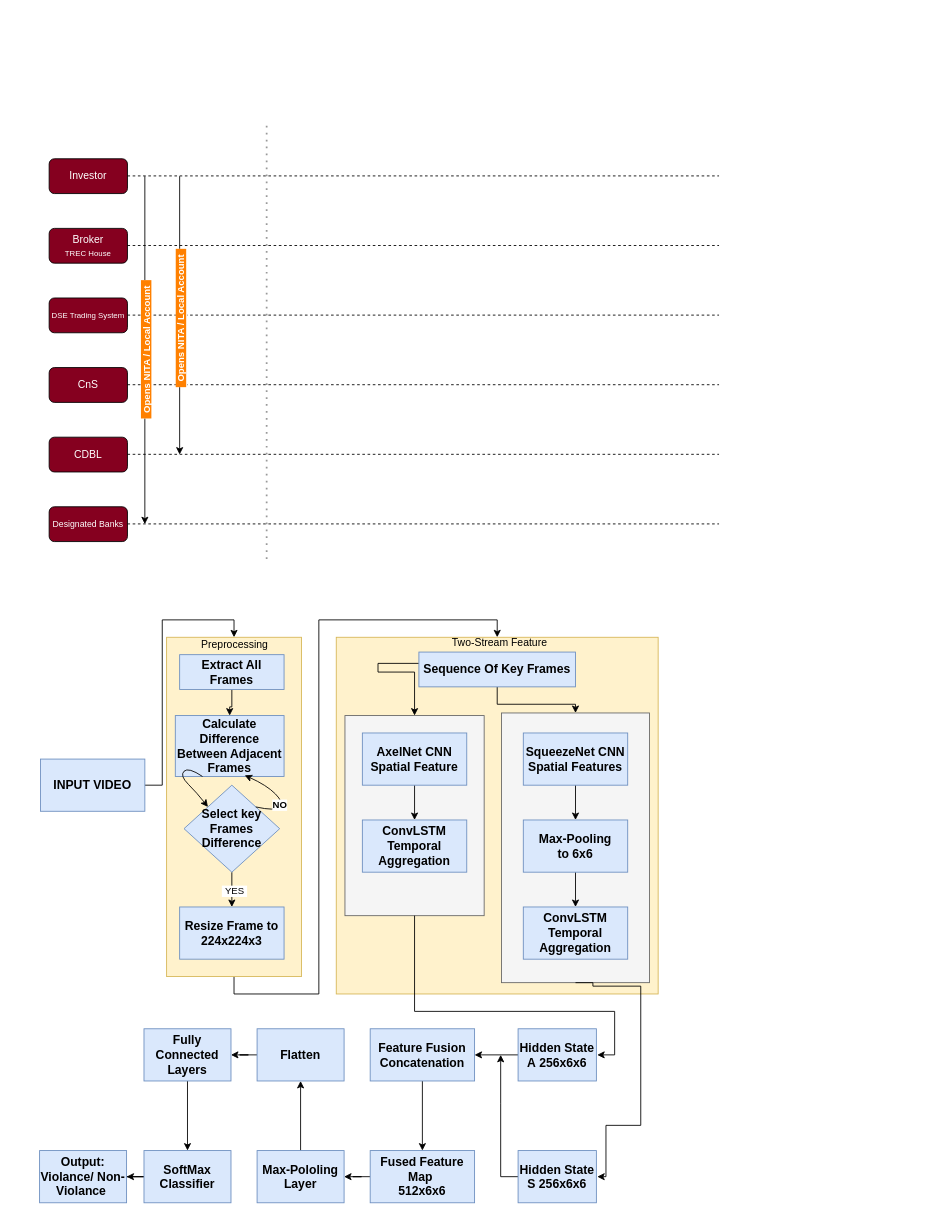
This is Untitled Diagram.drawio from Skippersquareroot100/Audacity, a draw.io file, before an edit. Source tidied: cells renumbered, new cells numbered last; positions are measured from the earlier drawing's top-left corner, leaving out a move shared by most shapes. Both pictures are drawn from the tidied source at 87%, with x=0, y=0 at pixel (39, 124).
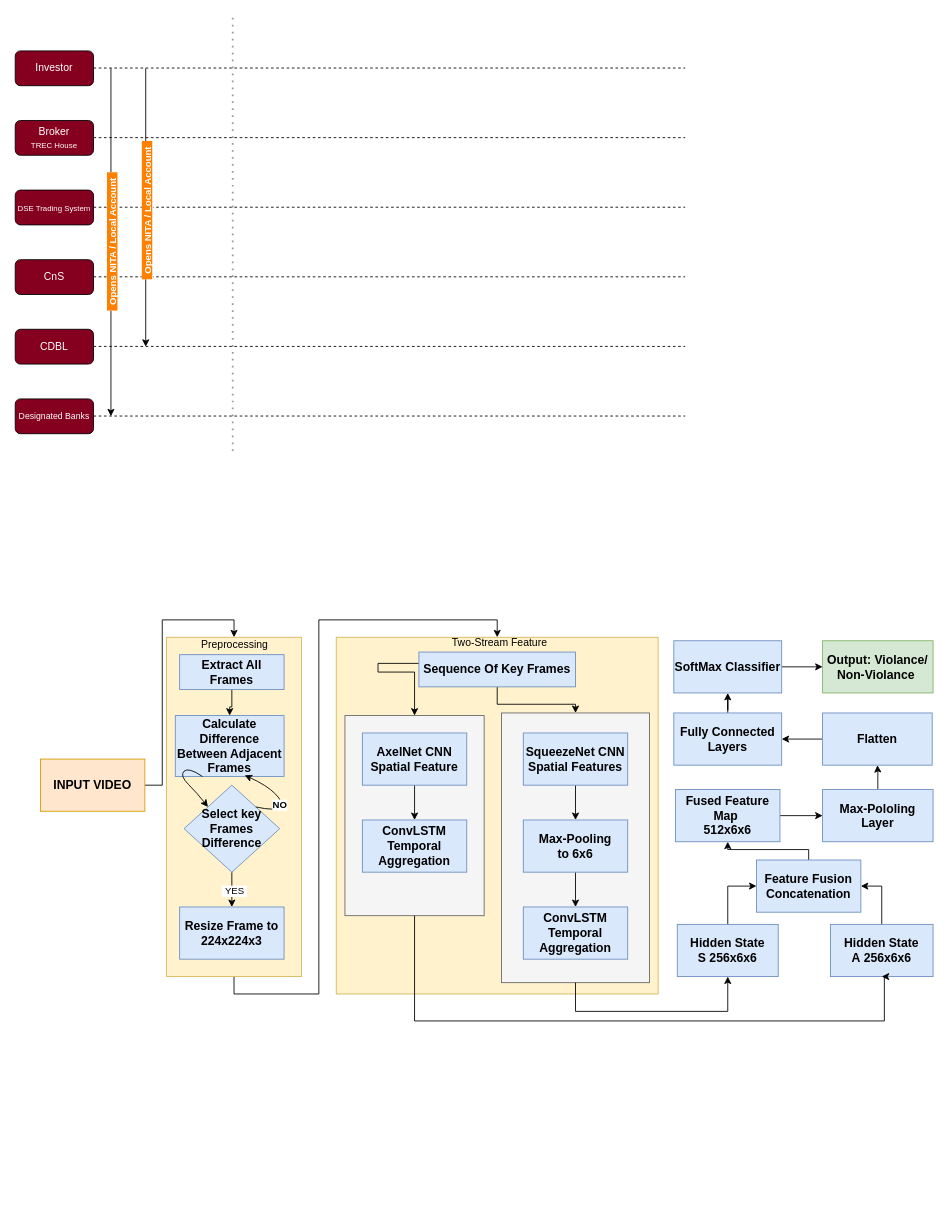
Above is the later version.

Unchanged cells that the change refers to:
```xml
<mxCell id="43" style="rounded=0;whiteSpace=wrap;html=1;fillColor=#f5f5f5;strokeColor=#666666;fontColor=#333333;" parent="1" vertex="1">
  <mxGeometry x="351" y="680" width="160" height="230" as="geometry" />
</mxCell>
<mxCell id="44" style="rounded=0;whiteSpace=wrap;html=1;fillColor=#f5f5f5;strokeColor=#666666;fontColor=#333333;" parent="1" vertex="1">
  <mxGeometry x="531" y="677" width="170" height="310" as="geometry" />
</mxCell>
```

Change to the diagram source:
```diff
@@
     <mxCell id="2" style="group;" parent="1" vertex="1">
-      <mxGeometry x="11" y="40" width="770" height="40" as="geometry" />
+      <mxGeometry x="-28" y="-84" width="770" height="40" as="geometry" />
     </mxCell>
@@
     <mxCell id="5" style="group;" parent="1" vertex="1">
-      <mxGeometry x="11" y="120" width="770" height="40" as="geometry" />
+      <mxGeometry x="-28" y="-4" width="770" height="40" as="geometry" />
     </mxCell>
@@
     <mxCell id="8" style="group;" parent="1" vertex="1">
-      <mxGeometry x="11" y="200" width="770" height="40" as="geometry" />
+      <mxGeometry x="-28" y="76" width="770" height="40" as="geometry" />
     </mxCell>
@@
     <mxCell id="11" style="group;" parent="1" vertex="1">
-      <mxGeometry x="11" y="280" width="770" height="40" as="geometry" />
+      <mxGeometry x="-28" y="156" width="770" height="40" as="geometry" />
     </mxCell>
@@
     <mxCell id="14" style="group;" parent="1" vertex="1">
-      <mxGeometry x="11" y="360" width="770" height="40" as="geometry" />
+      <mxGeometry x="-28" y="236" width="770" height="40" as="geometry" />
     </mxCell>
@@
     <mxCell id="17" style="group;" parent="1" vertex="1">
-      <mxGeometry x="11" y="440" width="770" height="40" as="geometry" />
+      <mxGeometry x="-28" y="316" width="770" height="40" as="geometry" />
     </mxCell>
@@
     <mxCell id="20" style="endArrow=classic;html=1;rounded=0;" parent="1" edge="1">
       <mxGeometry relative="1" as="geometry">
-        <mxPoint x="121" y="60" as="sourcePoint" />
-        <mxPoint x="121" y="460" as="targetPoint" />
+        <mxPoint x="82" y="-64" as="sourcePoint" />
+        <mxPoint x="82" y="336" as="targetPoint" />
       </mxGeometry>
     </mxCell>
@@
     <mxCell id="22" style="endArrow=none;dashed=1;html=1;dashPattern=1 3;strokeWidth=2;rounded=0;strokeColor=#999999;" parent="1" edge="1">
       <mxGeometry relative="1" as="geometry">
-        <mxPoint x="261" y="500" as="sourcePoint" />
-        <mxPoint x="261" as="targetPoint" />
+        <mxPoint x="222" y="376" as="sourcePoint" />
+        <mxPoint x="222" y="-124" as="targetPoint" />
       </mxGeometry>
     </mxCell>
     <mxCell id="23" style="endArrow=classic;html=1;rounded=0;" parent="1" edge="1">
       <mxGeometry relative="1" as="geometry">
-        <mxPoint x="161" y="60" as="sourcePoint" />
-        <mxPoint x="161" y="380" as="targetPoint" />
+        <mxPoint x="122" y="-64" as="sourcePoint" />
+        <mxPoint x="122" y="256" as="targetPoint" />
       </mxGeometry>
     </mxCell>
@@
-    <mxCell id="26" value="&lt;b&gt;&lt;font style=&quot;font-size: 14px;&quot;&gt;INPUT VIDEO&lt;/font&gt;&lt;/b&gt;" style="rounded=0;whiteSpace=wrap;html=1;fillColor=#dae8fc;strokeColor=#6c8ebf;" parent="1" vertex="1">
+    <mxCell id="26" value="&lt;b&gt;&lt;font style=&quot;font-size: 14px;&quot;&gt;INPUT VIDEO&lt;/font&gt;&lt;/b&gt;" style="rounded=0;whiteSpace=wrap;html=1;fillColor=#ffe6cc;strokeColor=#d79b00;" parent="1" vertex="1">
       <mxGeometry x="1" y="730" width="120" height="60" as="geometry" />
     </mxCell>
@@
-    <mxCell id="53" style="edgeStyle=orthogonalEdgeStyle;rounded=0;jettySize=auto;html=1;exitX=0.5;exitY=1;exitDx=0;exitDy=0;" parent="1" edge="1" source="43">
-      <mxGeometry relative="1" as="geometry">
-        <mxPoint x="641" y="1070" as="targetPoint" />
-        <Array as="points">
-          <mxPoint x="431" y="1020" />
-          <mxPoint x="661" y="1020" />
-          <mxPoint x="661" y="1070" />
-        </Array>
-      </mxGeometry>
-    </mxCell>
-    <mxCell id="54" style="edgeStyle=orthogonalEdgeStyle;rounded=0;jettySize=auto;html=1;exitX=0.5;exitY=1;exitDx=0;exitDy=0;" parent="1" edge="1" source="44">
-      <mxGeometry relative="1" as="geometry">
-        <mxPoint x="641" y="1210" as="targetPoint" />
-        <Array as="points">
-          <mxPoint x="636" y="987" />
-          <mxPoint x="636" y="991" />
-          <mxPoint x="691" y="991" />
-          <mxPoint x="691" y="1151" />
-          <mxPoint x="651" y="1151" />
-          <mxPoint x="651" y="1210" />
-        </Array>
-      </mxGeometry>
-    </mxCell>
@@
     <mxCell id="56" value="&lt;b&gt;&lt;font style=&quot;font-size: 14px;&quot;&gt;Hidden State A&amp;nbsp;&lt;/font&gt;&lt;/b&gt;&lt;b&gt;&lt;font style=&quot;font-size: 14px;&quot;&gt;256x6x6&lt;/font&gt;&lt;/b&gt;" style="rounded=0;whiteSpace=wrap;html=1;fillColor=#dae8fc;strokeColor=#6c8ebf;" parent="1" vertex="1">
-      <mxGeometry x="550" y="1040" width="90" height="60" as="geometry" />
+      <mxGeometry x="909" y="920" width="118" height="60" as="geometry" />
     </mxCell>
-    <mxCell id="57" style="edgeStyle=orthogonalEdgeStyle;rounded=0;jettySize=auto;html=1;" parent="1" edge="1" source="58">
-      <mxGeometry relative="1" as="geometry">
-        <mxPoint x="530" y="1070" as="targetPoint" />
-      </mxGeometry>
-    </mxCell>
+    <mxCell id="74" style="edgeStyle=orthogonalEdgeStyle;rounded=0;jettySize=auto;html=1;entryX=0;entryY=0.5;entryDx=0;entryDy=0;" parent="1" edge="1" source="58" target="60">
+      <mxGeometry relative="1" as="geometry" />
+    </mxCell>
     <mxCell id="58" value="&lt;b&gt;&lt;font style=&quot;font-size: 14px;&quot;&gt;Hidden State S&amp;nbsp;&lt;/font&gt;&lt;/b&gt;&lt;b&gt;&lt;font style=&quot;font-size: 14px;&quot;&gt;256x6x6&lt;/font&gt;&lt;/b&gt;" style="rounded=0;whiteSpace=wrap;html=1;fillColor=#dae8fc;strokeColor=#6c8ebf;" parent="1" vertex="1">
-      <mxGeometry x="550" y="1180" width="90" height="60" as="geometry" />
+      <mxGeometry x="733" y="920" width="116" height="60" as="geometry" />
     </mxCell>
-    <mxCell id="59" style="edgeStyle=orthogonalEdgeStyle;rounded=0;jettySize=auto;html=1;" parent="1" edge="1" source="60" target="62">
-      <mxGeometry relative="1" as="geometry" />
+    <mxCell id="59" style="edgeStyle=orthogonalEdgeStyle;rounded=0;jettySize=auto;html=1;entryX=0.5;entryY=1;entryDx=0;entryDy=0;" parent="1" edge="1" source="60" target="62">
+      <mxGeometry relative="1" as="geometry">
+        <Array as="points">
+          <mxPoint x="884" y="834" />
+          <mxPoint x="791" y="834" />
+        </Array>
+      </mxGeometry>
     </mxCell>
     <mxCell id="60" value="&lt;b&gt;&lt;font style=&quot;font-size: 14px;&quot;&gt;Feature Fusion&lt;/font&gt;&lt;/b&gt;&lt;div&gt;&lt;b&gt;&lt;font style=&quot;font-size: 14px;&quot;&gt;Concatenation&lt;/font&gt;&lt;/b&gt;&lt;/div&gt;" style="rounded=0;whiteSpace=wrap;html=1;fillColor=#dae8fc;strokeColor=#6c8ebf;" parent="1" vertex="1">
-      <mxGeometry x="380" y="1040" width="120" height="60" as="geometry" />
+      <mxGeometry x="824" y="846" width="120" height="60" as="geometry" />
     </mxCell>
@@
     <mxCell id="62" value="&lt;font style=&quot;font-size: 14px;&quot;&gt;&lt;b&gt;Fused Feature Map&amp;nbsp;&lt;/b&gt;&lt;/font&gt;&lt;div&gt;&lt;font style=&quot;font-size: 14px;&quot;&gt;&lt;b&gt;512x6x6&lt;/b&gt;&lt;/font&gt;&lt;/div&gt;" style="rounded=0;whiteSpace=wrap;html=1;fillColor=#dae8fc;strokeColor=#6c8ebf;" parent="1" vertex="1">
-      <mxGeometry x="380" y="1180" width="120" height="60" as="geometry" />
+      <mxGeometry x="731" y="765" width="120" height="60" as="geometry" />
     </mxCell>
@@
     <mxCell id="64" value="&lt;b&gt;&lt;font style=&quot;font-size: 14px;&quot;&gt;Flatten&lt;/font&gt;&lt;/b&gt;" style="rounded=0;whiteSpace=wrap;html=1;fillColor=#dae8fc;strokeColor=#6c8ebf;" parent="1" vertex="1">
-      <mxGeometry x="250" y="1040" width="100" height="60" as="geometry" />
+      <mxGeometry x="900" y="677" width="126" height="60" as="geometry" />
     </mxCell>
@@
     <mxCell id="66" value="&lt;b&gt;&lt;font style=&quot;font-size: 14px;&quot;&gt;Max-Pololing Layer&lt;/font&gt;&lt;/b&gt;" style="rounded=0;whiteSpace=wrap;html=1;fillColor=#dae8fc;strokeColor=#6c8ebf;" parent="1" vertex="1">
-      <mxGeometry x="250" y="1180" width="100" height="60" as="geometry" />
+      <mxGeometry x="900" y="765" width="127" height="60" as="geometry" />
     </mxCell>
-    <mxCell id="67" style="edgeStyle=orthogonalEdgeStyle;rounded=0;jettySize=auto;html=1;exitX=0.5;exitY=1;exitDx=0;exitDy=0;entryX=0.5;entryY=0;entryDx=0;entryDy=0;" parent="1" edge="1" source="68" target="70">
+    <mxCell id="67" style="edgeStyle=orthogonalEdgeStyle;rounded=0;jettySize=auto;html=1;" parent="1" edge="1" source="68" target="70">
       <mxGeometry relative="1" as="geometry" />
     </mxCell>
     <mxCell id="68" value="&lt;font style=&quot;font-size: 14px;&quot;&gt;&lt;b&gt;Fully Connected Layers&lt;/b&gt;&lt;/font&gt;" style="rounded=0;whiteSpace=wrap;html=1;fillColor=#dae8fc;strokeColor=#6c8ebf;" parent="1" vertex="1">
-      <mxGeometry x="120" y="1040" width="100" height="60" as="geometry" />
+      <mxGeometry x="729" y="677" width="124" height="60" as="geometry" />
     </mxCell>
-    <mxCell id="69" style="edgeStyle=orthogonalEdgeStyle;rounded=0;jettySize=auto;html=1;entryX=1;entryY=0.5;entryDx=0;entryDy=0;" parent="1" edge="1" source="70" target="71">
+    <mxCell id="69" style="edgeStyle=orthogonalEdgeStyle;rounded=0;jettySize=auto;html=1;exitX=1;exitY=0.5;exitDx=0;exitDy=0;entryX=0;entryY=0.5;entryDx=0;entryDy=0;" parent="1" edge="1" source="70" target="71">
       <mxGeometry relative="1" as="geometry" />
     </mxCell>
     <mxCell id="70" value="&lt;b&gt;&lt;font style=&quot;font-size: 14px;&quot;&gt;SoftMax Classifier&lt;/font&gt;&lt;/b&gt;" style="rounded=0;whiteSpace=wrap;html=1;fillColor=#dae8fc;strokeColor=#6c8ebf;" parent="1" vertex="1">
-      <mxGeometry x="120" y="1180" width="100" height="60" as="geometry" />
+      <mxGeometry x="729" y="594" width="124" height="60" as="geometry" />
     </mxCell>
-    <mxCell id="71" value="&lt;b&gt;&lt;font style=&quot;font-size: 14px;&quot;&gt;Output: Violance/ Non-Violance&amp;nbsp;&lt;/font&gt;&lt;/b&gt;" style="rounded=0;whiteSpace=wrap;html=1;fillColor=#dae8fc;strokeColor=#6c8ebf;" parent="1" vertex="1">
-      <mxGeometry y="1180" width="100" height="60" as="geometry" />
+    <mxCell id="71" value="&lt;b&gt;&lt;font style=&quot;font-size: 14px;&quot;&gt;Output: Violance/ Non-Violance&amp;nbsp;&lt;/font&gt;&lt;/b&gt;" style="rounded=0;whiteSpace=wrap;html=1;fillColor=#d5e8d4;strokeColor=#82b366;" parent="1" vertex="1">
+      <mxGeometry x="900" y="594" width="127" height="60" as="geometry" />
     </mxCell>
@@
+    <mxCell id="75" style="edgeStyle=orthogonalEdgeStyle;rounded=0;jettySize=auto;html=1;entryX=0.5;entryY=1;entryDx=0;entryDy=0;exitX=0.5;exitY=1;exitDx=0;exitDy=0;" parent="1" edge="1" source="44" target="58">
+      <mxGeometry relative="1" as="geometry">
+        <Array as="points">
+          <mxPoint x="616" y="1020" />
+          <mxPoint x="791" y="1020" />
+        </Array>
+      </mxGeometry>
+    </mxCell>
+    <mxCell id="76" style="edgeStyle=orthogonalEdgeStyle;rounded=0;jettySize=auto;html=1;entryX=0.5;entryY=1;entryDx=0;entryDy=0;exitX=0.5;exitY=1;exitDx=0;exitDy=0;" parent="1" edge="1" source="43" target="56">
+      <mxGeometry relative="1" as="geometry">
+        <Array as="points">
+          <mxPoint x="431" y="1031" />
+          <mxPoint x="971" y="1031" />
+        </Array>
+      </mxGeometry>
+    </mxCell>
```
